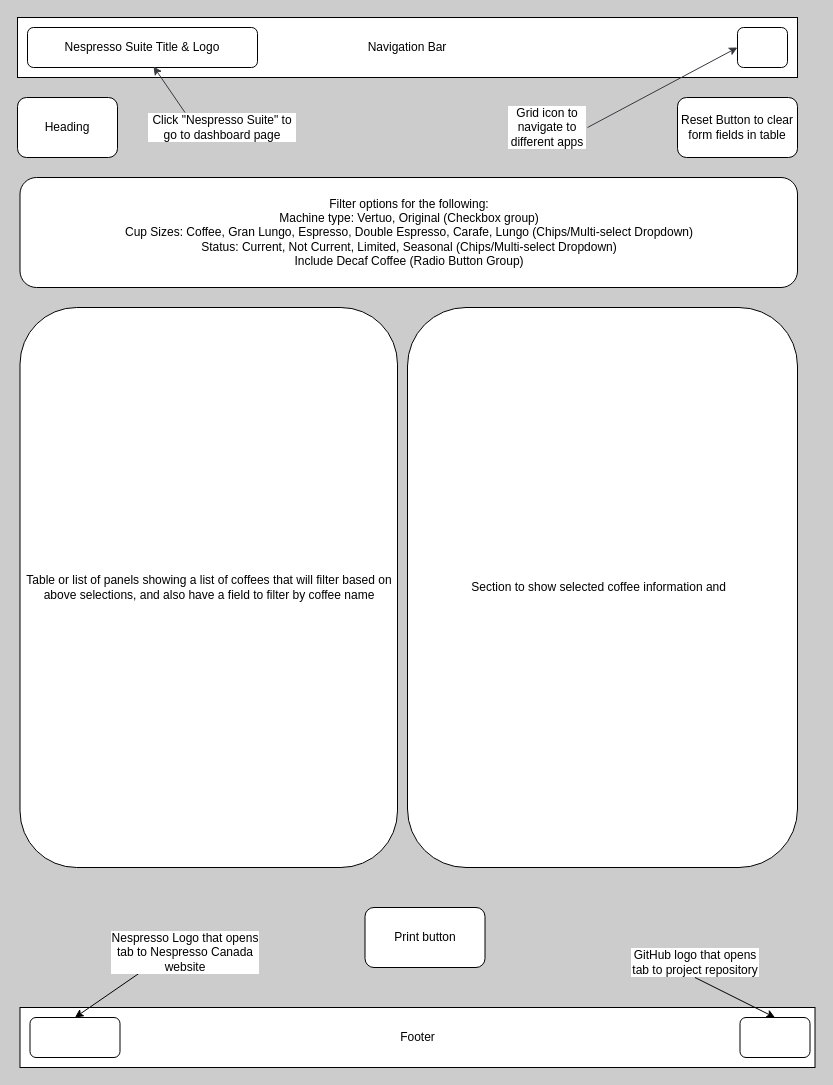
kjeshang/nespresso-suite keeps this draw.io diagram as README_Images/Coffee.drawio. Above is the earlier version. Source tidied: cells renumbered, new cells numbered last; positions are measured from the earlier drawing's top-left corner, leaving out a move shared by most shapes. Both pictures are drawn from the tidied source at 100%, with x=0, y=0 at pixel (17, 17).
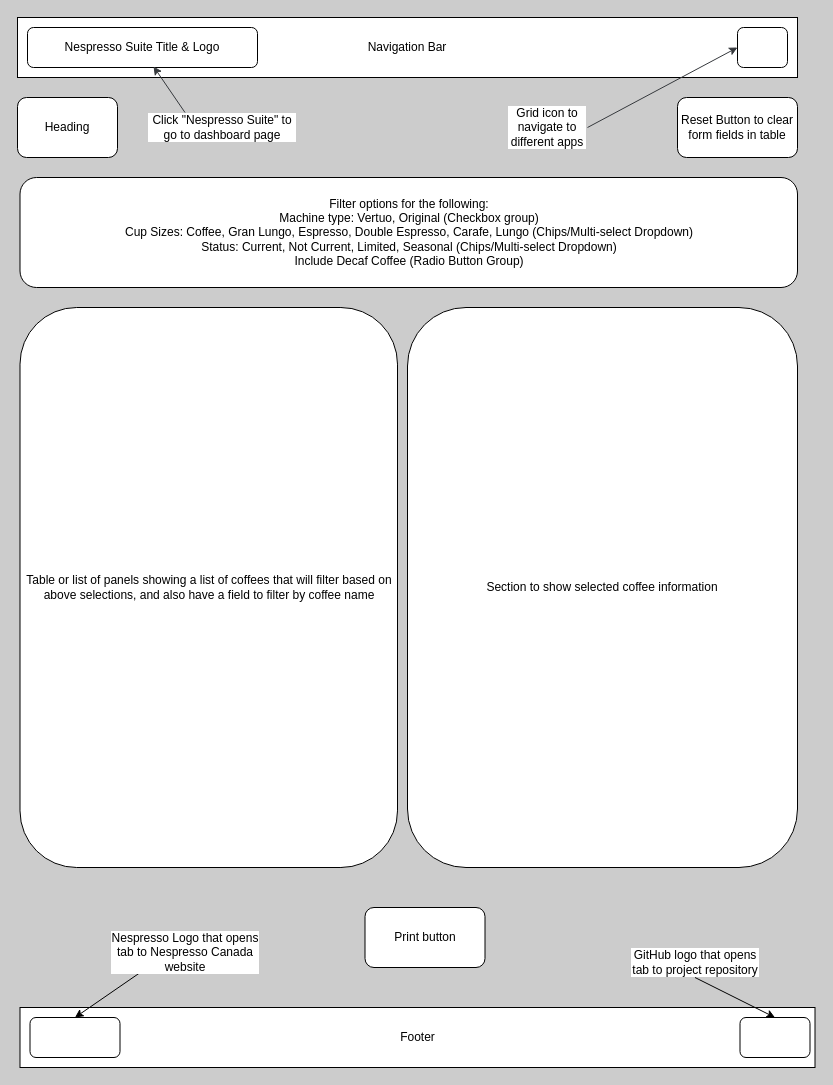
The same page after the edit.

Commit message:
Adjusted wording in draw.io layout.

The edit, as a diff of the source:
```diff
@@
-    <mxCell id="21" value="Section to show selected coffee information and&amp;nbsp;&amp;nbsp;" style="rounded=1;whiteSpace=wrap;html=1;" parent="1" vertex="1">
+    <mxCell id="21" value="Section to show selected coffee information" style="rounded=1;whiteSpace=wrap;html=1;" parent="1" vertex="1">
       <mxGeometry x="390" y="290" width="390" height="560" as="geometry" />
     </mxCell>
```
